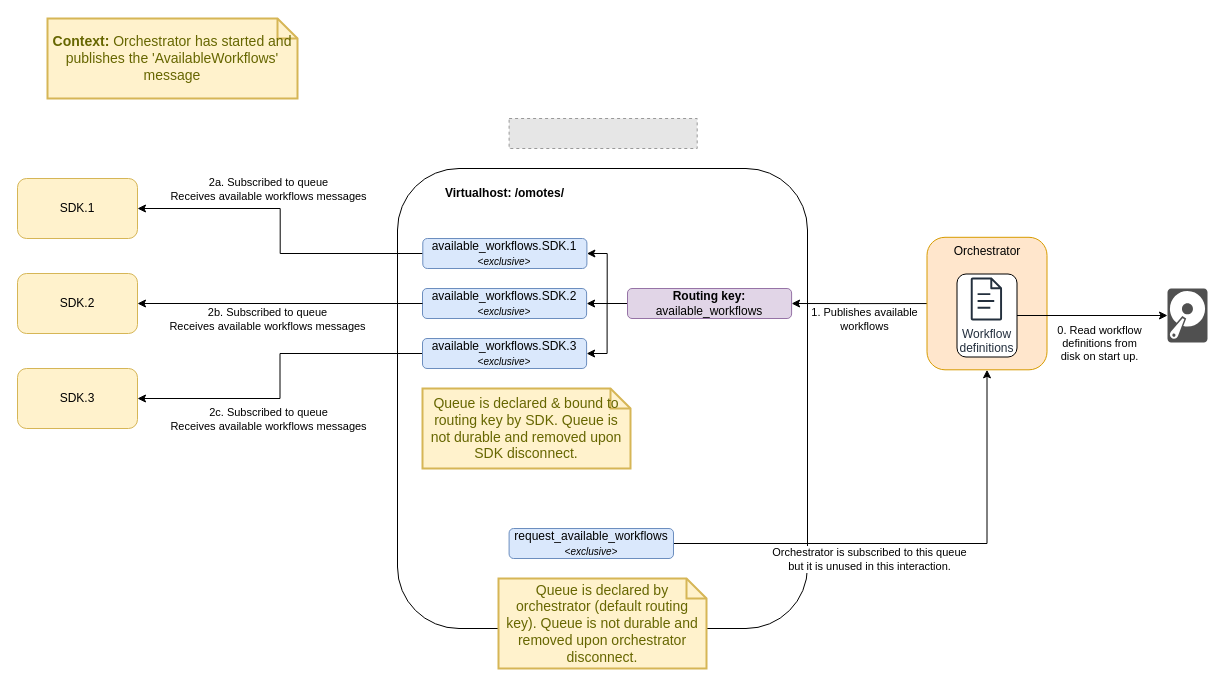
Before: Feature_Centralizing_workflow_definitions/Communicating available workflows.orchestrator initiated.v1.drawio in Nieuwe-Warmte-Nu/architecture-documentation, a draw.io diagram. Source tidied: cells renumbered, new cells numbered last; positions are measured from the earlier drawing's top-left corner, leaving out a move shared by most shapes. Both pictures are drawn from the tidied source at 100%, with x=0, y=0 at pixel (17, 18). Pictures stored in the file or linked from it are replaced by grey dashed boxes.
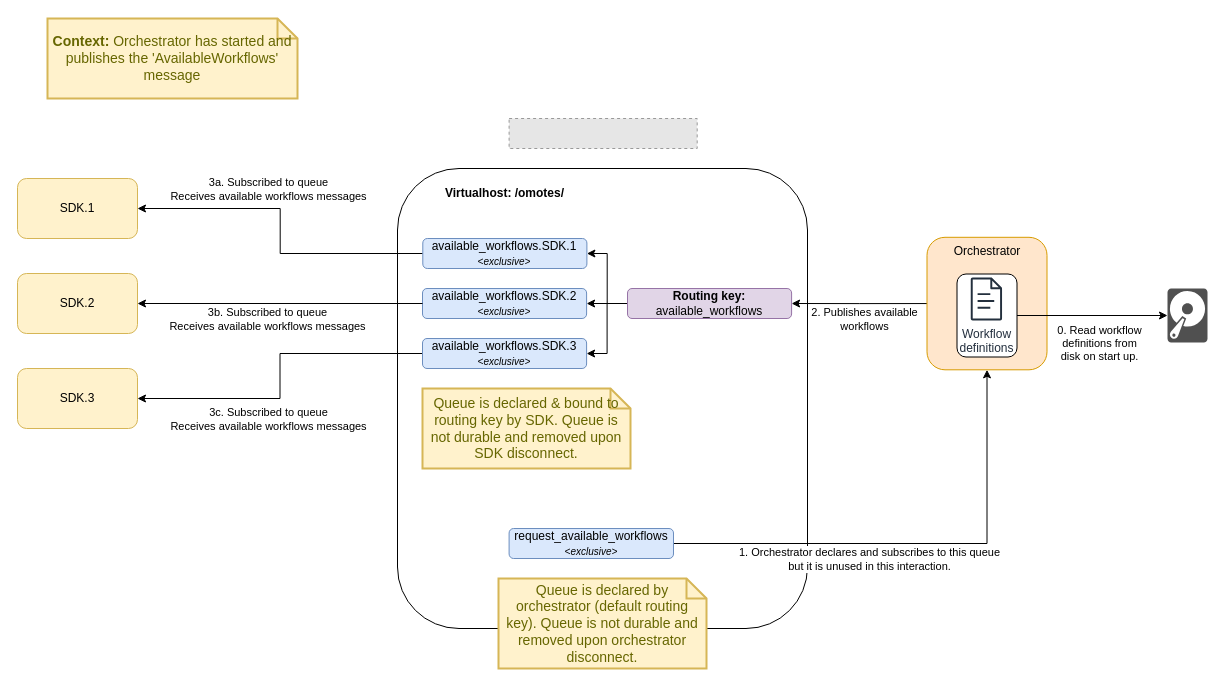
Above is the later version.

Unchanged cells that the change refers to:
```xml
<mxCell id="7" style="edgeStyle=orthogonalEdgeStyle;rounded=0;jettySize=auto;html=1;exitX=1;exitY=0.5;exitDx=0;exitDy=0;entryX=0.5;entryY=1;entryDx=0;entryDy=0;" parent="1" edge="1" source="9" target="12">
  <mxGeometry relative="1" as="geometry" />
</mxCell>
<mxCell id="10" style="edgeStyle=orthogonalEdgeStyle;rounded=0;jettySize=auto;html=1;exitX=0;exitY=0.5;exitDx=0;exitDy=0;entryX=1;entryY=0.5;entryDx=0;entryDy=0;" parent="1" edge="1" source="12" target="20">
  <mxGeometry relative="1" as="geometry" />
</mxCell>
<mxCell id="14" style="edgeStyle=orthogonalEdgeStyle;rounded=0;jettySize=auto;html=1;exitX=0;exitY=0.5;exitDx=0;exitDy=0;entryX=1;entryY=0.5;entryDx=0;entryDy=0;" parent="1" edge="1" source="16" target="2">
  <mxGeometry relative="1" as="geometry" />
</mxCell>
<mxCell id="22" style="edgeStyle=orthogonalEdgeStyle;rounded=0;jettySize=auto;html=1;exitX=0;exitY=0.5;exitDx=0;exitDy=0;entryX=1;entryY=0.5;entryDx=0;entryDy=0;" parent="1" edge="1" source="24" target="4">
  <mxGeometry relative="1" as="geometry" />
</mxCell>
<mxCell id="25" style="edgeStyle=orthogonalEdgeStyle;rounded=0;jettySize=auto;html=1;exitX=0;exitY=0.5;exitDx=0;exitDy=0;entryX=1;entryY=0.5;entryDx=0;entryDy=0;" parent="1" edge="1" source="21" target="3">
  <mxGeometry relative="1" as="geometry" />
</mxCell>
```

The edit, as a diff of the source:
```diff
@@
-    <mxCell id="8" value="Orchestrator is subscribed to this queue&lt;br&gt;but it is unused in this interaction." style="edgeLabel;html=1;align=center;verticalAlign=middle;" parent="7" vertex="1">
+    <mxCell id="8" value="1. Orchestrator declares and subscribes to this queue&lt;br&gt;but it is unused in this interaction." style="edgeLabel;html=1;align=center;verticalAlign=middle;" parent="7" vertex="1">
       <mxGeometry x="-0.2" y="1" relative="1" as="geometry">
         <mxPoint y="16" as="offset" />
       </mxGeometry>
     </mxCell>
@@
-    <mxCell id="11" value="1. Publishes available&lt;br&gt;workflows" style="edgeLabel;html=1;align=center;verticalAlign=middle;" parent="10" vertex="1">
+    <mxCell id="11" value="2. Publishes available&lt;br&gt;workflows" style="edgeLabel;html=1;align=center;verticalAlign=middle;" parent="10" vertex="1">
       <mxGeometry x="-0.07" y="1" relative="1" as="geometry">
         <mxPoint y="14" as="offset" />
       </mxGeometry>
     </mxCell>
@@
-    <mxCell id="15" value="2a. Subscribed to queue&lt;br&gt;Receives available workflows messages" style="edgeLabel;html=1;align=center;verticalAlign=middle;" parent="14" vertex="1">
+    <mxCell id="15" value="3a. Subscribed to queue&lt;br&gt;Receives available workflows messages" style="edgeLabel;html=1;align=center;verticalAlign=middle;" parent="14" vertex="1">
       <mxGeometry x="0.4" y="1" relative="1" as="geometry">
         <mxPoint x="31" y="-21" as="offset" />
       </mxGeometry>
     </mxCell>
@@
-    <mxCell id="23" value="2c. Subscribed to queue&lt;br&gt;Receives available workflows messages" style="edgeLabel;html=1;align=center;verticalAlign=middle;" parent="22" vertex="1">
+    <mxCell id="23" value="3c. Subscribed to queue&lt;br&gt;Receives available workflows messages" style="edgeLabel;html=1;align=center;verticalAlign=middle;" parent="22" vertex="1">
       <mxGeometry x="0.47" relative="1" as="geometry">
         <mxPoint x="43" y="20" as="offset" />
       </mxGeometry>
     </mxCell>
@@
-    <mxCell id="26" value="2b. Subscribed to queue&lt;br&gt;Receives available workflows messages" style="edgeLabel;html=1;align=center;verticalAlign=middle;" parent="25" vertex="1">
+    <mxCell id="26" value="3b. Subscribed to queue&lt;br&gt;Receives available workflows messages" style="edgeLabel;html=1;align=center;verticalAlign=middle;" parent="25" vertex="1">
       <mxGeometry x="0.31" relative="1" as="geometry">
         <mxPoint x="31" y="15" as="offset" />
       </mxGeometry>
     </mxCell>
```
